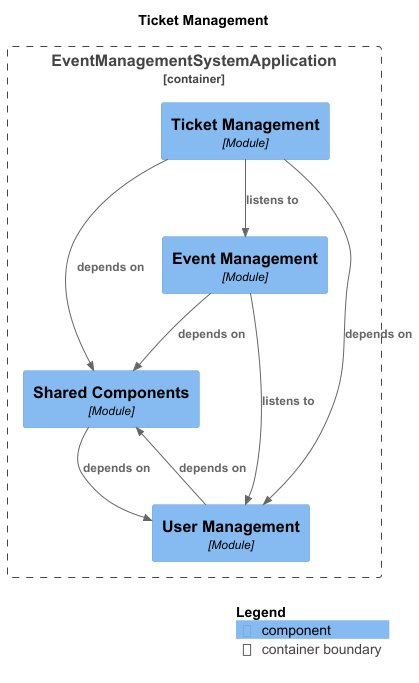
This is docs/module-ticket-Ticket_Management.png from ruben4ick/microservices-event-management, a PlantUML export, as it was before one commit.
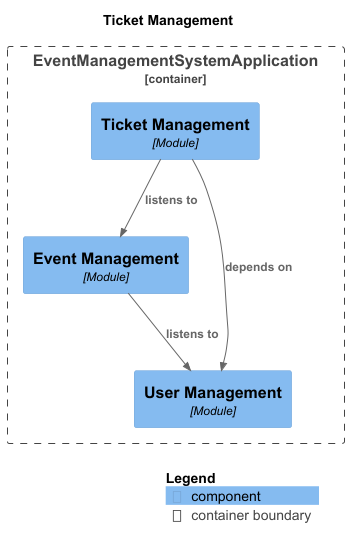
Later version of the same file.

Change to the diagram source:
```diff
@@ -9,19 +9,14 @@
 !include <C4/C4_Component>
 
 Container_Boundary("EventManagementSystemApplication.EventManagementSystemApplication_boundary", "EventManagementSystemApplication", $tags="") {
-  Component(EventManagementSystemApplication.EventManagementSystemApplication.SharedComponents, "Shared Components", $techn="Module", $descr="", $tags="", $link="")
   Component(EventManagementSystemApplication.EventManagementSystemApplication.TicketManagement, "Ticket Management", $techn="Module", $descr="", $tags="", $link="")
   Component(EventManagementSystemApplication.EventManagementSystemApplication.EventManagement, "Event Management", $techn="Module", $descr="", $tags="", $link="")
   Component(EventManagementSystemApplication.EventManagementSystemApplication.UserManagement, "User Management", $techn="Module", $descr="", $tags="", $link="")
 }
 
-Rel(EventManagementSystemApplication.EventManagementSystemApplication.SharedComponents, EventManagementSystemApplication.EventManagementSystemApplication.UserManagement, "depends on", $techn="", $tags="", $link="")
 Rel(EventManagementSystemApplication.EventManagementSystemApplication.TicketManagement, EventManagementSystemApplication.EventManagementSystemApplication.EventManagement, "listens to", $techn="", $tags="", $link="")
-Rel(EventManagementSystemApplication.EventManagementSystemApplication.TicketManagement, EventManagementSystemApplication.EventManagementSystemApplication.SharedComponents, "depends on", $techn="", $tags="", $link="")
 Rel(EventManagementSystemApplication.EventManagementSystemApplication.TicketManagement, EventManagementSystemApplication.EventManagementSystemApplication.UserManagement, "depends on", $techn="", $tags="", $link="")
 Rel(EventManagementSystemApplication.EventManagementSystemApplication.EventManagement, EventManagementSystemApplication.EventManagementSystemApplication.UserManagement, "listens to", $techn="", $tags="", $link="")
-Rel(EventManagementSystemApplication.EventManagementSystemApplication.EventManagement, EventManagementSystemApplication.EventManagementSystemApplication.SharedComponents, "depends on", $techn="", $tags="", $link="")
-Rel(EventManagementSystemApplication.EventManagementSystemApplication.UserManagement, EventManagementSystemApplication.EventManagementSystemApplication.SharedComponents, "depends on", $techn="", $tags="", $link="")
 
 SHOW_LEGEND(true)
 @enduml
```
